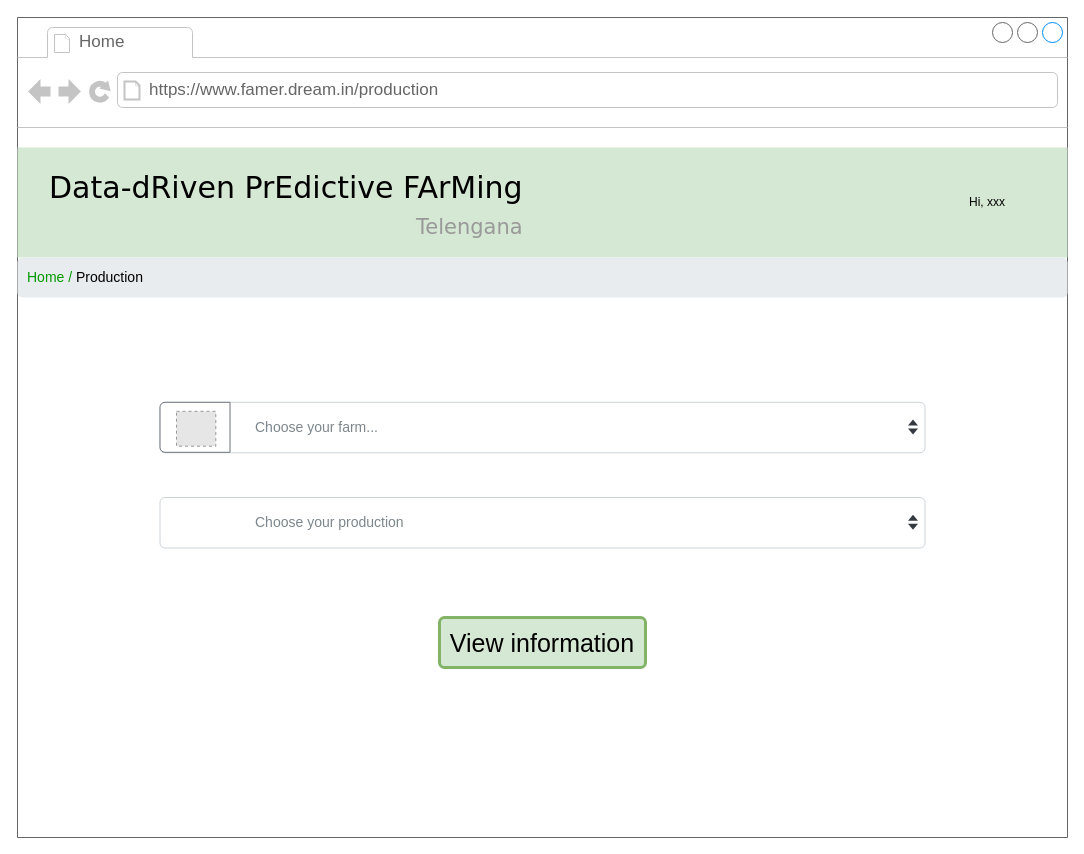
Earlier version of the draw.io diagram page "fm-production" (18 of 26) of RASD/diagrams/User Interface.drawio (ictar/DREAM-SE2-Project-2022). Source tidied: cells renumbered, new cells numbered last; positions are measured from the earlier drawing's top-left corner, leaving out a move shared by most shapes. Both pictures are drawn from the tidied source at 100%, with x=0, y=0 at pixel (17, 17). Pictures stored in the file or linked from it are replaced by grey dashed boxes.
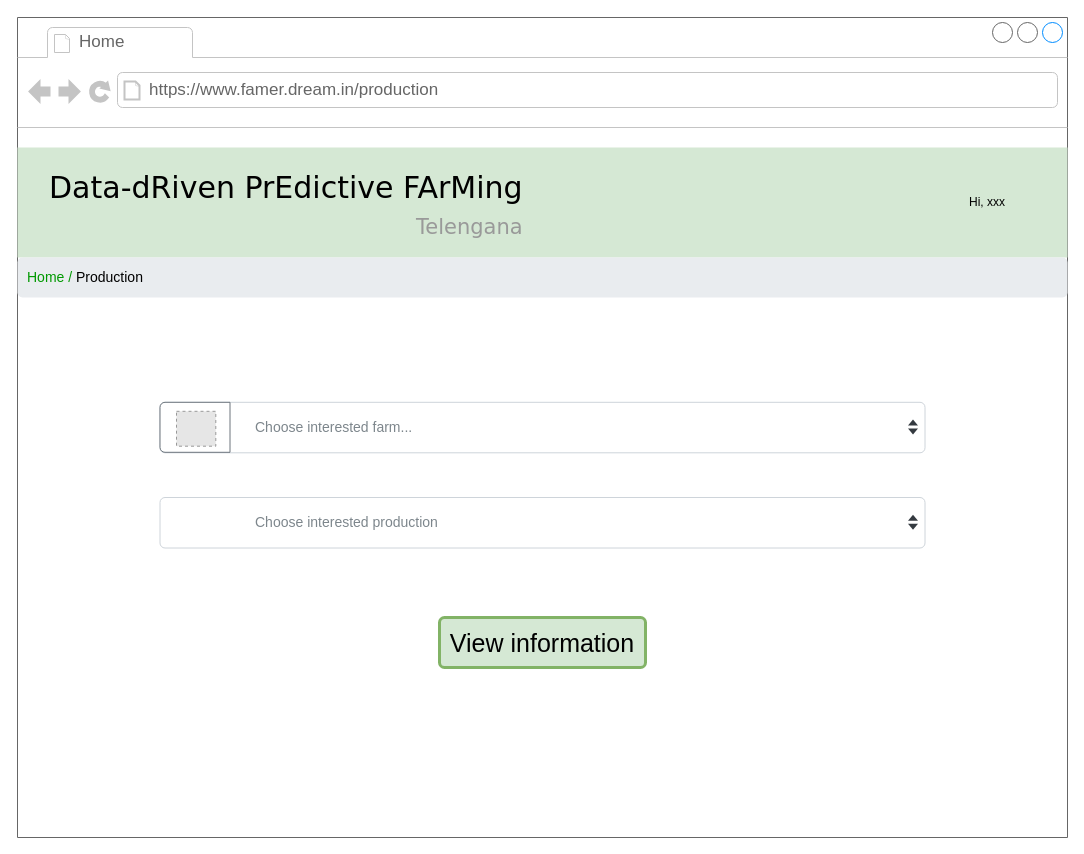
After the change.

Unchanged cells that the change refers to:
```xml
<mxCell id="2" style="strokeWidth=1;shadow=0;dashed=0;align=center;html=1;shape=mxgraph.mockup.containers.browserWindow;rSize=0;strokeColor=none;mainText=,;rounded=0;labelBackgroundColor=none;fontFamily=Verdana;fontSize=12;" parent="1" vertex="1">
  <mxGeometry width="1050" height="820" as="geometry" />
</mxCell>
```

Change to the diagram source:
```diff
@@
-    <mxCell id="5" value="Choose your farm..." style="html=1;shadow=0;dashed=0;shape=mxgraph.bootstrap.rrect;rSize=5;strokeColor=#CED4DA;html=1;whiteSpace=wrap;fillColor=#FFFFFF;fontColor=#7D868C;align=left;spacingLeft=80;spacing=15;fontSize=14;" parent="2" vertex="1">
+    <mxCell id="5" value="Choose interested farm..." style="html=1;shadow=0;dashed=0;shape=mxgraph.bootstrap.rrect;rSize=5;strokeColor=#CED4DA;html=1;whiteSpace=wrap;fillColor=#FFFFFF;fontColor=#7D868C;align=left;spacingLeft=80;spacing=15;fontSize=14;" parent="2" vertex="1">
       <mxGeometry x="142.5" y="384.8" width="765" height="50.5" as="geometry" />
     </mxCell>
@@
-    <mxCell id="10" value="Choose your production" style="html=1;shadow=0;dashed=0;shape=mxgraph.bootstrap.rrect;rSize=5;strokeColor=#CED4DA;html=1;whiteSpace=wrap;fillColor=#FFFFFF;fontColor=#7D868C;align=left;spacingLeft=80;spacing=15;fontSize=14;" parent="2" vertex="1">
+    <mxCell id="10" value="Choose interested production" style="html=1;shadow=0;dashed=0;shape=mxgraph.bootstrap.rrect;rSize=5;strokeColor=#CED4DA;html=1;whiteSpace=wrap;fillColor=#FFFFFF;fontColor=#7D868C;align=left;spacingLeft=80;spacing=15;fontSize=14;" parent="2" vertex="1">
       <mxGeometry x="142.5" y="480" width="765" height="50.5" as="geometry" />
     </mxCell>
```
